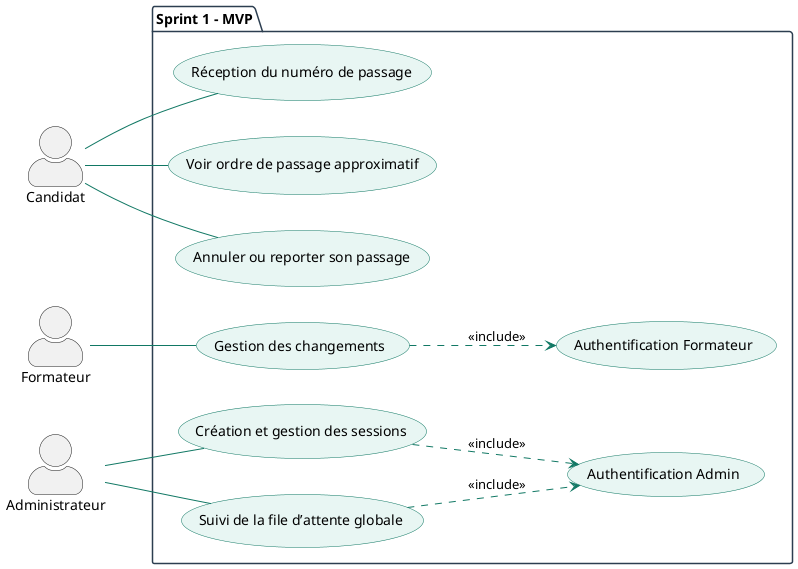
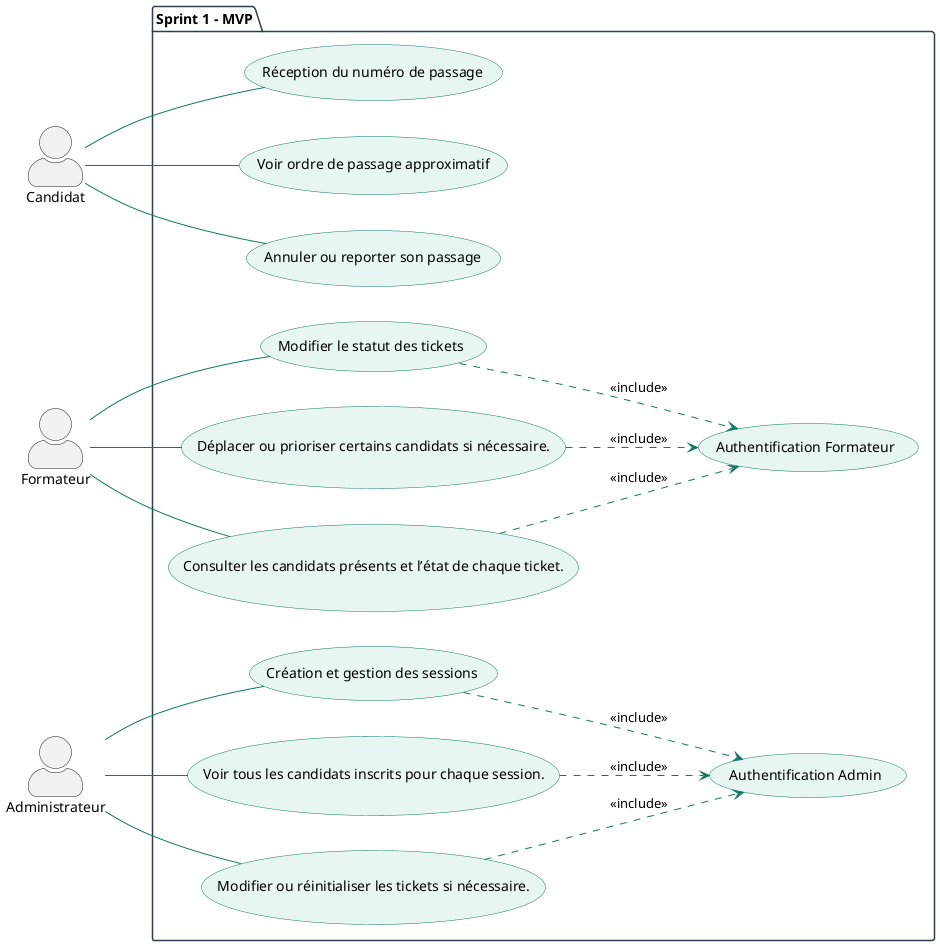
@startuml QueueManagement_Sprint1
skinparam actorStyle awesome
left to right direction

skinparam package {
    BackgroundColor White
    BorderColor #2C3E50
}

skinparam usecase {
    BackgroundColor #E8F6F3
    BorderColor #117864
    ArrowColor #117864
}

actor "Candidat" as C
actor "Formateur" as F
actor "Administrateur" as Admin

package "Sprint 1 – MVP" {

-     ' ========================
-     ' Espace Candidat
-     ' ========================
    usecase "Réception du numéro de passage" as UC2
    usecase "Voir ordre de passage approximatif" as UC3
    usecase "Annuler ou reporter son passage" as UC4

    C -- UC2
    C -- UC3
    C -- UC4

-     ' ========================
-     ' Espace Formateur
-     ' ========================
+ 
    usecase "Authentification Formateur" as UC5
-     usecase "Gestion des changements" as UC7
+     usecase "Modifier le statut des tickets" as UC7
+     usecase "Déplacer ou prioriser certains candidats si nécessaire." as UC8
+     usecase "Consulter les candidats présents et l’état de chaque ticket." as UC9



    F -- UC7
+     F -- UC8
+     F -- UC9

    UC7 ..> UC5 : <<include>>
+     UC8 ..> UC5 : <<include>>
+     UC9 ..> UC5 : <<include>>

-     ' ========================
-     ' Espace Administrateur
-     ' ========================
    usecase "Authentification Admin" as UCA1
    usecase "Création et gestion des sessions" as UCA2
-     usecase "Suivi de la file d’attente globale" as UCA3
+     usecase "Voir tous les candidats inscrits pour chaque session." as UCA3
+     usecase "Modifier ou réinitialiser les tickets si nécessaire." as UCA4

    Admin -- UCA2
    Admin -- UCA3
+     Admin -- UCA4
    UCA2 ..> UCA1 : <<include>>
    UCA3 ..> UCA1 : <<include>>
+     UCA4 ..> UCA1 : <<include>>
}

@enduml